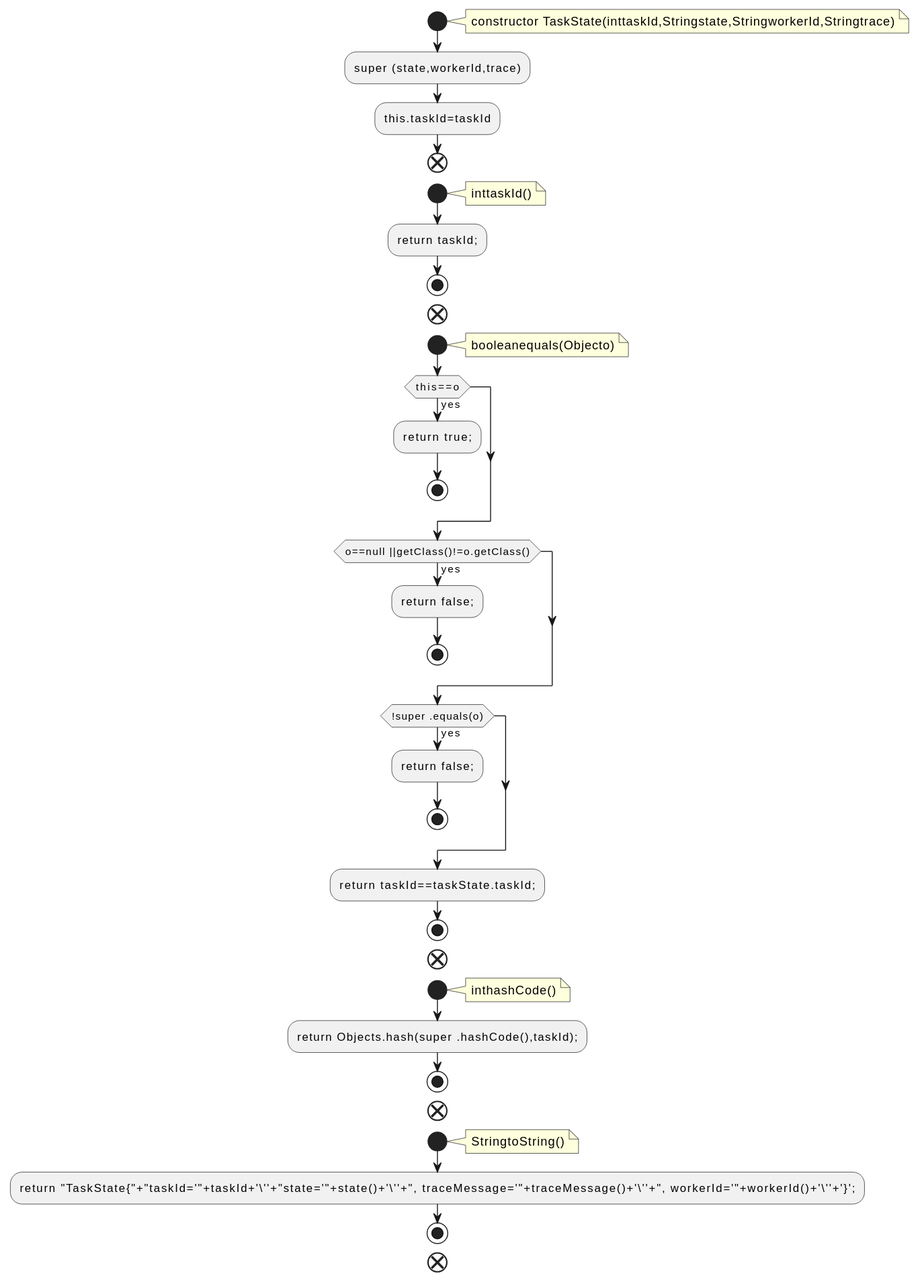
Earlier version of the PlantUML export docs/qc/connect/api/src/main/java/org/apache/kafka/connect/health/TaskState.java.fct.svg (qualitesys/kafka). Source of this version:
```plantuml
@startuml
!pragma layout smetana
start
note right
constructor TaskState(inttaskId,Stringstate,StringworkerId,Stringtrace)
end note
:super (state,workerId,trace);
:this.taskId=taskId;
end
start
note right
inttaskId()
end note
:return taskId;;
stop
end
start
note right
booleanequals(Objecto)
end note
if (this==o) then (yes)
:return true;;
stop
endif
if (o==null ||getClass()!=o.getClass()) then (yes)
:return false;;
stop
endif
if (!super .equals(o)) then (yes)
:return false;;
stop
endif
:return taskId==taskState.taskId;;
stop
end
start
note right
inthashCode()
end note
:return Objects.hash(super .hashCode(),taskId);;
stop
end
start
note right
StringtoString()
end note
:return "TaskState{"+"taskId='"+taskId+'\''+"state='"+state()+'\''+", traceMessage='"+traceMessage()+'\''+", workerId='"+workerId()+'\''+'}';;
stop
end
@enduml
```
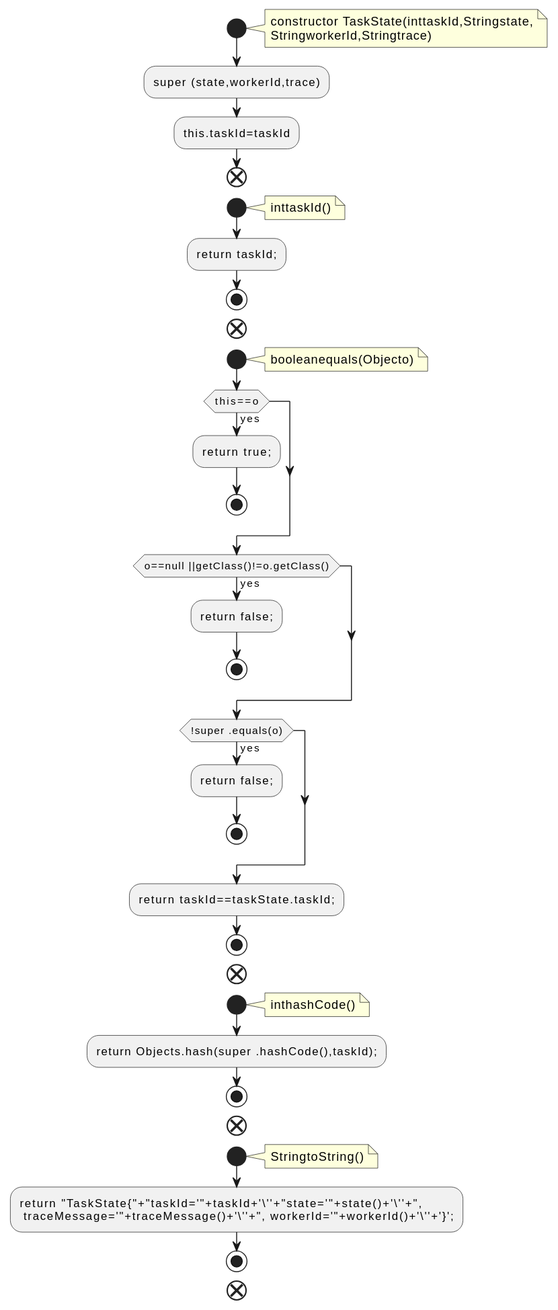
After the change.

The edit, as a diff of the source:
```diff
@@ -2,7 +2,8 @@
 !pragma layout smetana
 start
 note right
-constructor TaskState(inttaskId,Stringstate,StringworkerId,Stringtrace)
+constructor TaskState(inttaskId,Stringstate,
+StringworkerId,Stringtrace)
 end note
 :super (state,workerId,trace);
 :this.taskId=taskId;
@@ -44,7 +45,8 @@
 note right
 StringtoString()
 end note
-:return "TaskState{"+"taskId='"+taskId+'\''+"state='"+state()+'\''+", traceMessage='"+traceMessage()+'\''+", workerId='"+workerId()+'\''+'}';;
+:return "TaskState{"+"taskId='"+taskId+'\''+"state='"+state()+'\''+",
+ traceMessage='"+traceMessage()+'\''+", workerId='"+workerId()+'\''+'}';;
 stop
 end
 @enduml
```
